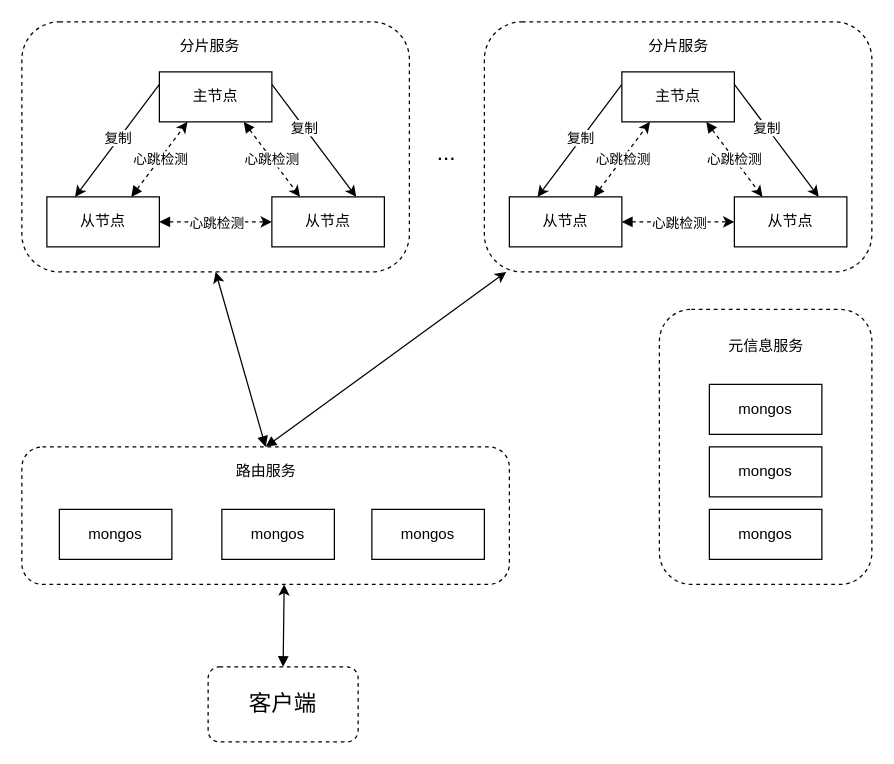
Above: page "mongodb" (2 of 2) of structure.drawio in WWj5921/ConfigCenter (draw.io), before the change. Source tidied: cells renumbered, new cells numbered last; positions are measured from the earlier drawing's top-left corner, leaving out a move shared by most shapes. Both pictures are drawn from the tidied source at 125%, with x=0, y=0 at pixel (21, 21).
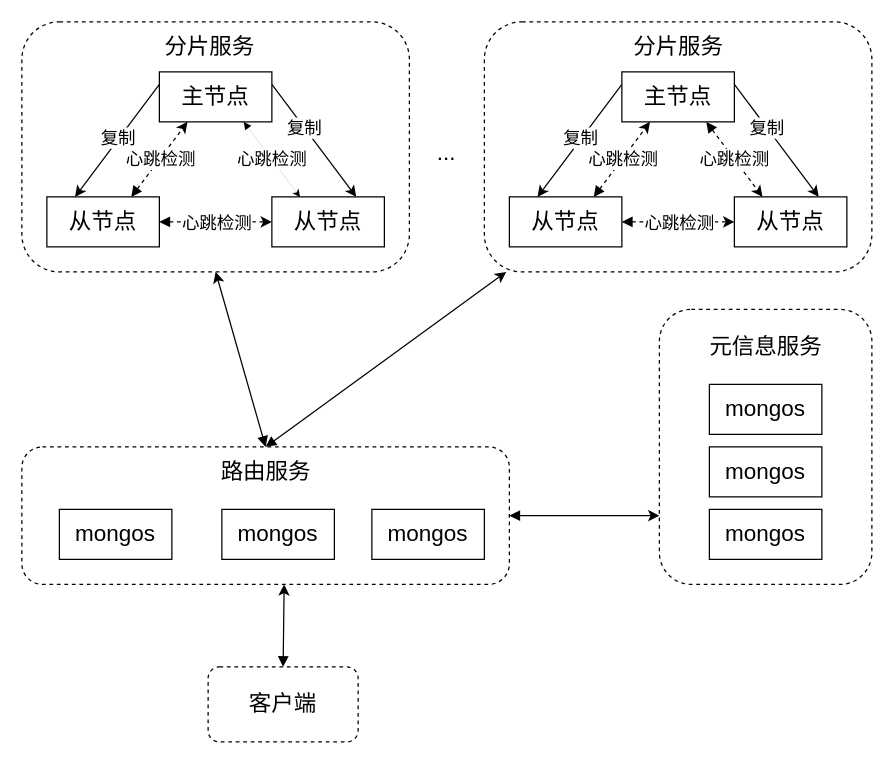
After the change.

The edit, as a diff of the source:
```diff
@@
-    <mxCell id="2" style="rounded=1;whiteSpace=wrap;html=1;dashed=1;" parent="1" vertex="1">
+    <mxCell id="2" style="rounded=1;whiteSpace=wrap;html=1;dashed=1;fontSize=18;" parent="1" vertex="1">
       <mxGeometry width="310" height="200" as="geometry" />
     </mxCell>
-    <mxCell id="3" style="rounded=0;jettySize=auto;html=1;exitX=0;exitY=0.25;exitDx=0;exitDy=0;entryX=0.25;entryY=0;entryDx=0;entryDy=0;" parent="1" edge="1" source="8" target="13">
+    <mxCell id="3" style="rounded=0;jettySize=auto;html=1;exitX=0;exitY=0.25;exitDx=0;exitDy=0;entryX=0.25;entryY=0;entryDx=0;entryDy=0;fontSize=18;" parent="1" edge="1" source="8" target="13">
       <mxGeometry relative="1" as="geometry" />
     </mxCell>
-    <mxCell id="4" value="复制" style="edgeLabel;html=1;align=center;verticalAlign=middle;" parent="3" vertex="1">
+    <mxCell id="4" value="复制" style="edgeLabel;html=1;align=center;verticalAlign=middle;fontSize=14;" parent="3" vertex="1">
       <mxGeometry x="-0.04" y="-1" relative="1" as="geometry" />
     </mxCell>
-    <mxCell id="5" style="edgeStyle=none;rounded=0;jettySize=auto;html=1;exitX=1;exitY=0.25;exitDx=0;exitDy=0;entryX=0.75;entryY=0;entryDx=0;entryDy=0;" parent="1" edge="1" source="8" target="14">
+    <mxCell id="5" style="edgeStyle=none;rounded=0;jettySize=auto;html=1;exitX=1;exitY=0.25;exitDx=0;exitDy=0;entryX=0.75;entryY=0;entryDx=0;entryDy=0;fontSize=18;" parent="1" edge="1" source="8" target="14">
       <mxGeometry relative="1" as="geometry" />
     </mxCell>
-    <mxCell id="6" value="复制" style="edgeLabel;html=1;align=center;verticalAlign=middle;" parent="5" vertex="1">
+    <mxCell id="6" value="复制" style="edgeLabel;html=1;align=center;verticalAlign=middle;fontSize=14;" parent="5" vertex="1">
       <mxGeometry x="-0.24" relative="1" as="geometry" />
     </mxCell>
-    <mxCell id="7" value="心跳检测" style="edgeStyle=none;rounded=0;jettySize=auto;html=1;exitX=0.75;exitY=1;exitDx=0;exitDy=0;entryX=0.25;entryY=0;entryDx=0;entryDy=0;dashed=1;startArrow=block;startFill=1;" parent="1" edge="1" source="8" target="14">
+    <mxCell id="7" value="心跳检测" style="edgeStyle=none;rounded=0;jettySize=auto;html=1;exitX=0.75;exitY=1;exitDx=0;exitDy=0;entryX=0.25;entryY=0;entryDx=0;entryDy=0;dashed=1;startArrow=block;startFill=1;fontSize=14;strokeWidth=0;" parent="1" edge="1" source="8" target="14">
       <mxGeometry relative="1" as="geometry" />
     </mxCell>
-    <mxCell id="8" value="主节点" style="rounded=0;whiteSpace=wrap;html=1;" parent="1" vertex="1">
+    <mxCell id="8" value="主节点" style="rounded=0;whiteSpace=wrap;html=1;fontSize=18;" parent="1" vertex="1">
       <mxGeometry x="110" y="40" width="90" height="40" as="geometry" />
     </mxCell>
-    <mxCell id="9" style="edgeStyle=none;rounded=0;jettySize=auto;html=1;exitX=1;exitY=0.5;exitDx=0;exitDy=0;startArrow=block;startFill=1;dashed=1;" parent="1" edge="1" source="13" target="14">
+    <mxCell id="9" style="edgeStyle=none;rounded=0;jettySize=auto;html=1;exitX=1;exitY=0.5;exitDx=0;exitDy=0;startArrow=block;startFill=1;dashed=1;fontSize=18;" parent="1" edge="1" source="13" target="14">
       <mxGeometry relative="1" as="geometry" />
     </mxCell>
-    <mxCell id="10" value="心跳检测" style="edgeLabel;html=1;align=center;verticalAlign=middle;" parent="9" vertex="1">
+    <mxCell id="10" value="心跳检测" style="edgeLabel;html=1;align=center;verticalAlign=middle;fontSize=14;" parent="9" vertex="1">
       <mxGeometry x="-0.18" y="-2" relative="1" as="geometry">
         <mxPoint x="8" y="-2" as="offset" />
       </mxGeometry>
     </mxCell>
-    <mxCell id="11" style="edgeStyle=none;rounded=0;jettySize=auto;html=1;exitX=0.75;exitY=0;exitDx=0;exitDy=0;entryX=0.25;entryY=1;entryDx=0;entryDy=0;dashed=1;startArrow=block;startFill=1;" parent="1" edge="1" source="13" target="8">
+    <mxCell id="11" style="edgeStyle=none;rounded=0;jettySize=auto;html=1;exitX=0.75;exitY=0;exitDx=0;exitDy=0;entryX=0.25;entryY=1;entryDx=0;entryDy=0;dashed=1;startArrow=block;startFill=1;fontSize=18;" parent="1" edge="1" source="13" target="8">
       <mxGeometry relative="1" as="geometry" />
     </mxCell>
-    <mxCell id="12" value="心跳检测" style="edgeLabel;html=1;align=center;verticalAlign=middle;" parent="11" vertex="1">
+    <mxCell id="12" value="心跳检测" style="edgeLabel;html=1;align=center;verticalAlign=middle;fontSize=14;" parent="11" vertex="1">
       <mxGeometry x="0.02" y="1" relative="1" as="geometry">
         <mxPoint x="1" as="offset" />
       </mxGeometry>
     </mxCell>
-    <mxCell id="13" value="从节点" style="rounded=0;whiteSpace=wrap;html=1;" parent="1" vertex="1">
+    <mxCell id="13" value="从节点" style="rounded=0;whiteSpace=wrap;html=1;fontSize=18;" parent="1" vertex="1">
       <mxGeometry x="20" y="140" width="90" height="40" as="geometry" />
     </mxCell>
-    <mxCell id="14" value="从节点" style="rounded=0;whiteSpace=wrap;html=1;" parent="1" vertex="1">
+    <mxCell id="14" value="从节点" style="rounded=0;whiteSpace=wrap;html=1;fontSize=18;" parent="1" vertex="1">
       <mxGeometry x="200" y="140" width="90" height="40" as="geometry" />
     </mxCell>
-    <mxCell id="15" value="分片服务" style="text;html=1;align=center;verticalAlign=middle;strokeColor=none;fillColor=none;" parent="1" vertex="1">
-      <mxGeometry x="120" y="10" width="60" height="20" as="geometry" />
+    <mxCell id="15" value="分片服务" style="text;html=1;align=center;verticalAlign=middle;strokeColor=none;fillColor=none;fontSize=18;" parent="1" vertex="1">
+      <mxGeometry x="105" y="5" width="90" height="30" as="geometry" />
     </mxCell>
-    <mxCell id="16" style="rounded=1;whiteSpace=wrap;html=1;dashed=1;" parent="1" vertex="1">
+    <mxCell id="16" style="rounded=1;whiteSpace=wrap;html=1;dashed=1;fontSize=18;" parent="1" vertex="1">
       <mxGeometry x="370" width="310" height="200" as="geometry" />
     </mxCell>
-    <mxCell id="17" style="rounded=0;jettySize=auto;html=1;exitX=0;exitY=0.25;exitDx=0;exitDy=0;entryX=0.25;entryY=0;entryDx=0;entryDy=0;" parent="1" edge="1" source="22" target="27">
+    <mxCell id="17" style="rounded=0;jettySize=auto;html=1;exitX=0;exitY=0.25;exitDx=0;exitDy=0;entryX=0.25;entryY=0;entryDx=0;entryDy=0;fontSize=18;" parent="1" edge="1" source="22" target="27">
       <mxGeometry relative="1" as="geometry" />
     </mxCell>
-    <mxCell id="18" value="复制" style="edgeLabel;html=1;align=center;verticalAlign=middle;" parent="17" vertex="1">
+    <mxCell id="18" value="复制" style="edgeLabel;html=1;align=center;verticalAlign=middle;fontSize=14;" parent="17" vertex="1">
       <mxGeometry x="-0.04" y="-1" relative="1" as="geometry" />
     </mxCell>
-    <mxCell id="19" style="edgeStyle=none;rounded=0;jettySize=auto;html=1;exitX=1;exitY=0.25;exitDx=0;exitDy=0;entryX=0.75;entryY=0;entryDx=0;entryDy=0;" parent="1" edge="1" source="22" target="28">
+    <mxCell id="19" style="edgeStyle=none;rounded=0;jettySize=auto;html=1;exitX=1;exitY=0.25;exitDx=0;exitDy=0;entryX=0.75;entryY=0;entryDx=0;entryDy=0;fontSize=18;" parent="1" edge="1" source="22" target="28">
       <mxGeometry relative="1" as="geometry" />
     </mxCell>
-    <mxCell id="20" value="复制" style="edgeLabel;html=1;align=center;verticalAlign=middle;" parent="19" vertex="1">
+    <mxCell id="20" value="复制" style="edgeLabel;html=1;align=center;verticalAlign=middle;fontSize=14;" parent="19" vertex="1">
       <mxGeometry x="-0.24" relative="1" as="geometry" />
     </mxCell>
-    <mxCell id="21" value="心跳检测" style="edgeStyle=none;rounded=0;jettySize=auto;html=1;exitX=0.75;exitY=1;exitDx=0;exitDy=0;entryX=0.25;entryY=0;entryDx=0;entryDy=0;dashed=1;startArrow=block;startFill=1;" parent="1" edge="1" source="22" target="28">
+    <mxCell id="21" value="心跳检测" style="edgeStyle=none;rounded=0;jettySize=auto;html=1;exitX=0.75;exitY=1;exitDx=0;exitDy=0;entryX=0.25;entryY=0;entryDx=0;entryDy=0;dashed=1;startArrow=block;startFill=1;fontSize=14;" parent="1" edge="1" source="22" target="28">
       <mxGeometry relative="1" as="geometry" />
     </mxCell>
-    <mxCell id="22" value="主节点" style="rounded=0;whiteSpace=wrap;html=1;" parent="1" vertex="1">
+    <mxCell id="22" value="主节点" style="rounded=0;whiteSpace=wrap;html=1;fontSize=18;" parent="1" vertex="1">
       <mxGeometry x="480" y="40" width="90" height="40" as="geometry" />
     </mxCell>
-    <mxCell id="23" style="edgeStyle=none;rounded=0;jettySize=auto;html=1;exitX=1;exitY=0.5;exitDx=0;exitDy=0;startArrow=block;startFill=1;dashed=1;" parent="1" edge="1" source="27" target="28">
+    <mxCell id="23" style="edgeStyle=none;rounded=0;jettySize=auto;html=1;exitX=1;exitY=0.5;exitDx=0;exitDy=0;startArrow=block;startFill=1;dashed=1;fontSize=18;" parent="1" edge="1" source="27" target="28">
       <mxGeometry relative="1" as="geometry" />
     </mxCell>
-    <mxCell id="24" value="心跳检测" style="edgeLabel;html=1;align=center;verticalAlign=middle;" parent="23" vertex="1">
+    <mxCell id="24" value="心跳检测" style="edgeLabel;html=1;align=center;verticalAlign=middle;fontSize=14;" parent="23" vertex="1">
       <mxGeometry x="-0.18" y="-2" relative="1" as="geometry">
         <mxPoint x="8" y="-2" as="offset" />
       </mxGeometry>
     </mxCell>
-    <mxCell id="25" style="edgeStyle=none;rounded=0;jettySize=auto;html=1;exitX=0.75;exitY=0;exitDx=0;exitDy=0;entryX=0.25;entryY=1;entryDx=0;entryDy=0;dashed=1;startArrow=block;startFill=1;" parent="1" edge="1" source="27" target="22">
+    <mxCell id="25" style="edgeStyle=none;rounded=0;jettySize=auto;html=1;exitX=0.75;exitY=0;exitDx=0;exitDy=0;entryX=0.25;entryY=1;entryDx=0;entryDy=0;dashed=1;startArrow=block;startFill=1;fontSize=18;" parent="1" edge="1" source="27" target="22">
       <mxGeometry relative="1" as="geometry" />
     </mxCell>
-    <mxCell id="26" value="心跳检测" style="edgeLabel;html=1;align=center;verticalAlign=middle;" parent="25" vertex="1">
+    <mxCell id="26" value="心跳检测" style="edgeLabel;html=1;align=center;verticalAlign=middle;fontSize=14;" parent="25" vertex="1">
       <mxGeometry x="0.02" y="1" relative="1" as="geometry">
         <mxPoint x="1" as="offset" />
       </mxGeometry>
     </mxCell>
-    <mxCell id="27" value="从节点" style="rounded=0;whiteSpace=wrap;html=1;" parent="1" vertex="1">
+    <mxCell id="27" value="从节点" style="rounded=0;whiteSpace=wrap;html=1;fontSize=18;" parent="1" vertex="1">
       <mxGeometry x="390" y="140" width="90" height="40" as="geometry" />
     </mxCell>
-    <mxCell id="28" value="从节点" style="rounded=0;whiteSpace=wrap;html=1;" parent="1" vertex="1">
+    <mxCell id="28" value="从节点" style="rounded=0;whiteSpace=wrap;html=1;fontSize=18;" parent="1" vertex="1">
       <mxGeometry x="570" y="140" width="90" height="40" as="geometry" />
     </mxCell>
-    <mxCell id="29" value="分片服务" style="text;html=1;align=center;verticalAlign=middle;strokeColor=none;fillColor=none;" parent="1" vertex="1">
-      <mxGeometry x="495" y="10" width="60" height="20" as="geometry" />
+    <mxCell id="29" value="分片服务" style="text;html=1;align=center;verticalAlign=middle;strokeColor=none;fillColor=none;fontSize=18;" parent="1" vertex="1">
+      <mxGeometry x="480" y="5" width="90" height="30" as="geometry" />
     </mxCell>
@@
+    <mxCell id="45" style="edgeStyle=none;rounded=0;jettySize=auto;html=1;exitX=1;exitY=0.5;exitDx=0;exitDy=0;entryX=0;entryY=0.75;entryDx=0;entryDy=0;fontSize=18;startArrow=block;startFill=1;" parent="1" edge="1" source="32" target="36">
+      <mxGeometry relative="1" as="geometry" />
+    </mxCell>
-    <mxCell id="32" style="rounded=1;whiteSpace=wrap;html=1;dashed=1;" parent="1" vertex="1">
+    <mxCell id="32" style="rounded=1;whiteSpace=wrap;html=1;dashed=1;fontSize=18;" parent="1" vertex="1">
       <mxGeometry y="340" width="390" height="110" as="geometry" />
     </mxCell>
-    <mxCell id="33" value="mongos" style="rounded=0;whiteSpace=wrap;html=1;" parent="1" vertex="1">
+    <mxCell id="33" value="mongos" style="rounded=0;whiteSpace=wrap;html=1;fontSize=18;" parent="1" vertex="1">
       <mxGeometry x="30" y="390" width="90" height="40" as="geometry" />
     </mxCell>
-    <mxCell id="34" value="mongos" style="rounded=0;whiteSpace=wrap;html=1;" parent="1" vertex="1">
+    <mxCell id="34" value="mongos" style="rounded=0;whiteSpace=wrap;html=1;fontSize=18;" parent="1" vertex="1">
       <mxGeometry x="160" y="390" width="90" height="40" as="geometry" />
     </mxCell>
-    <mxCell id="35" value="mongos" style="rounded=0;whiteSpace=wrap;html=1;" parent="1" vertex="1">
+    <mxCell id="35" value="mongos" style="rounded=0;whiteSpace=wrap;html=1;fontSize=18;" parent="1" vertex="1">
       <mxGeometry x="280" y="390" width="90" height="40" as="geometry" />
     </mxCell>
-    <mxCell id="36" style="rounded=1;whiteSpace=wrap;html=1;dashed=1;" parent="1" vertex="1">
+    <mxCell id="36" style="rounded=1;whiteSpace=wrap;html=1;dashed=1;fontSize=18;" parent="1" vertex="1">
       <mxGeometry x="510" y="230" width="170" height="220" as="geometry" />
     </mxCell>
-    <mxCell id="37" value="路由服务" style="text;html=1;align=center;verticalAlign=middle;strokeColor=none;fillColor=none;" parent="1" vertex="1">
-      <mxGeometry x="165" y="350" width="60" height="20" as="geometry" />
+    <mxCell id="37" value="路由服务" style="text;html=1;align=center;verticalAlign=middle;strokeColor=none;fillColor=none;fontSize=18;" parent="1" vertex="1">
+      <mxGeometry x="150" y="345" width="90" height="30" as="geometry" />
     </mxCell>
-    <mxCell id="38" value="mongos" style="rounded=0;whiteSpace=wrap;html=1;" parent="1" vertex="1">
+    <mxCell id="38" value="mongos" style="rounded=0;whiteSpace=wrap;html=1;fontSize=18;" parent="1" vertex="1">
       <mxGeometry x="550" y="290" width="90" height="40" as="geometry" />
     </mxCell>
-    <mxCell id="39" value="mongos" style="rounded=0;whiteSpace=wrap;html=1;" parent="1" vertex="1">
+    <mxCell id="39" value="mongos" style="rounded=0;whiteSpace=wrap;html=1;fontSize=18;" parent="1" vertex="1">
       <mxGeometry x="550" y="390" width="90" height="40" as="geometry" />
     </mxCell>
-    <mxCell id="40" value="mongos" style="rounded=0;whiteSpace=wrap;html=1;" parent="1" vertex="1">
+    <mxCell id="40" value="mongos" style="rounded=0;whiteSpace=wrap;html=1;fontSize=18;" parent="1" vertex="1">
       <mxGeometry x="550" y="340" width="90" height="40" as="geometry" />
     </mxCell>
-    <mxCell id="41" value="元信息服务" style="text;html=1;align=center;verticalAlign=middle;strokeColor=none;fillColor=none;" parent="1" vertex="1">
-      <mxGeometry x="555" y="250" width="80" height="20" as="geometry" />
+    <mxCell id="41" value="元信息服务" style="text;html=1;align=center;verticalAlign=middle;strokeColor=none;fillColor=none;fontSize=18;" parent="1" vertex="1">
+      <mxGeometry x="540" y="245" width="110" height="30" as="geometry" />
     </mxCell>
-    <mxCell id="42" value="&lt;font style=&quot;font-size: 18px&quot;&gt;...&lt;/font&gt;" style="text;html=1;strokeColor=none;fillColor=none;align=center;verticalAlign=middle;whiteSpace=wrap;rounded=0;" parent="1" vertex="1">
+    <mxCell id="42" value="&lt;font style=&quot;font-size: 18px;&quot;&gt;...&lt;/font&gt;" style="text;html=1;strokeColor=none;fillColor=none;align=center;verticalAlign=middle;whiteSpace=wrap;rounded=0;fontSize=18;" parent="1" vertex="1">
       <mxGeometry x="310" y="90" width="60" height="30" as="geometry" />
     </mxCell>
```
